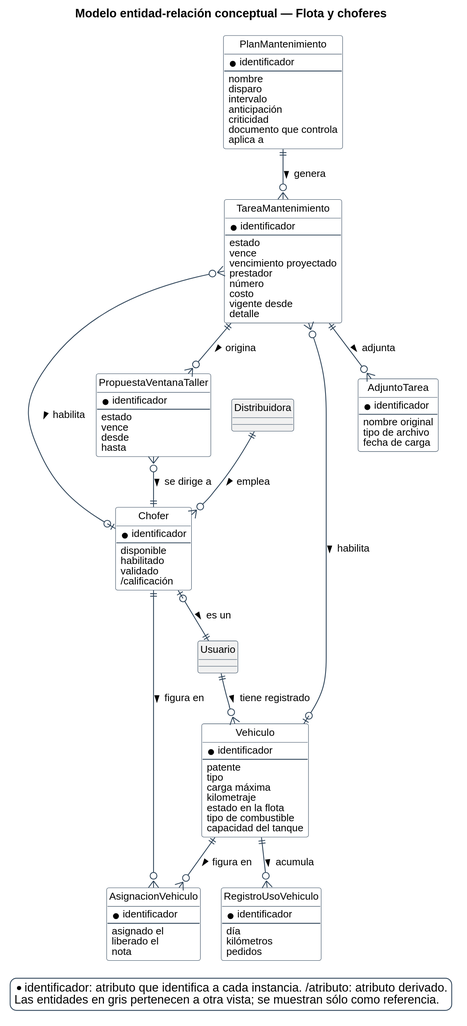
Nahuelito-Dev/splg-docs keeps this PlantUML diagram as diagramas/base-de-datos/conceptual/SPLG-der-04-flota-y-choferes.svg. Above is the earlier version.
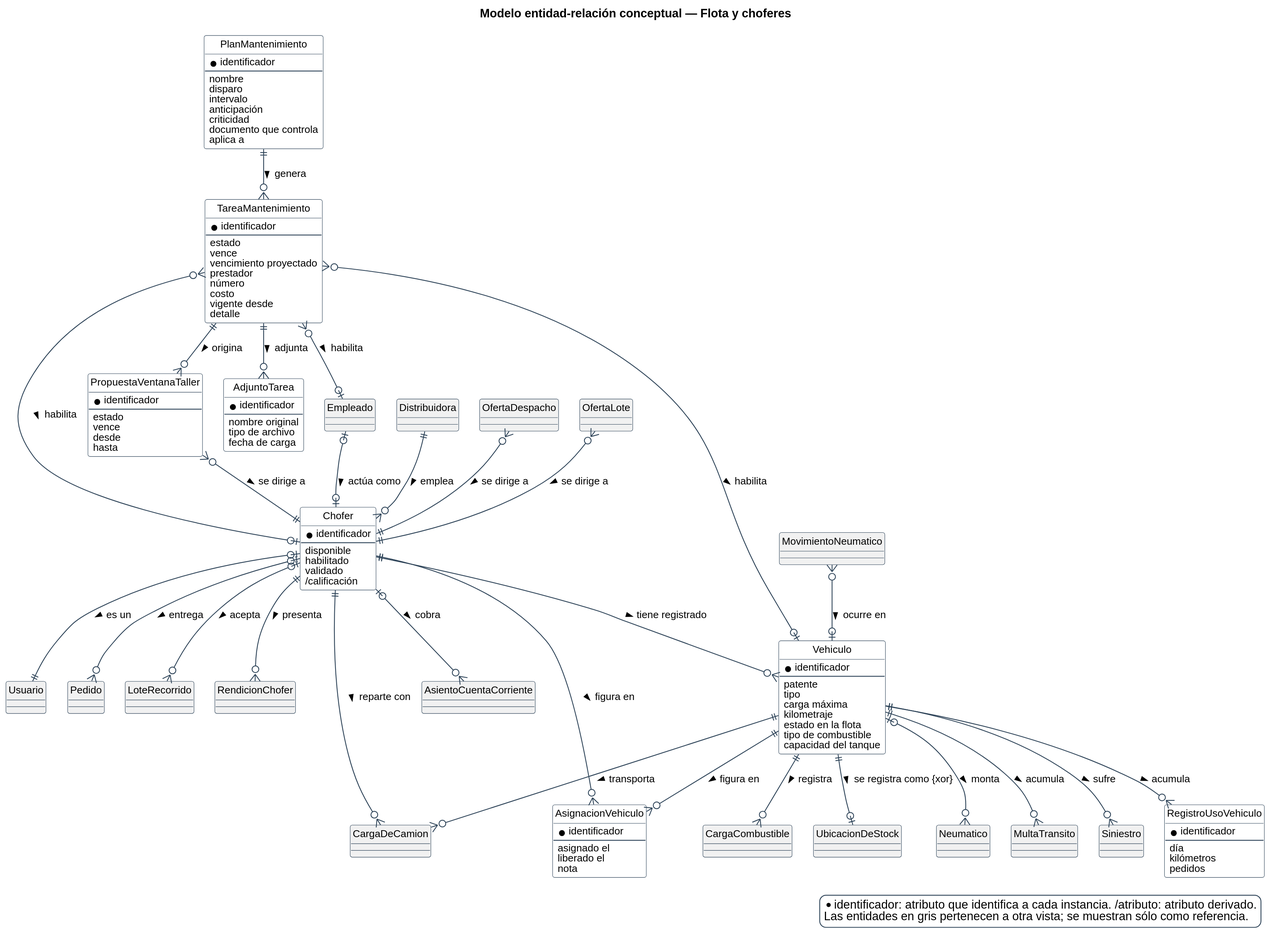
The same diagram one commit later.

What changed in the source:
```diff
@@ -107,19 +107,63 @@
 }
 entity Distribuidora #F1F1F1 {
 }
+entity CargaCombustible #F1F1F1 {
+}
+entity Empleado #F1F1F1 {
+}
+entity Pedido #F1F1F1 {
+}
+entity LoteRecorrido #F1F1F1 {
+}
+entity UbicacionDeStock #F1F1F1 {
+}
+entity Neumatico #F1F1F1 {
+}
+entity MultaTransito #F1F1F1 {
+}
+entity Siniestro #F1F1F1 {
+}
+entity RendicionChofer #F1F1F1 {
+}
+entity OfertaDespacho #F1F1F1 {
+}
+entity OfertaLote #F1F1F1 {
+}
+entity MovimientoNeumatico #F1F1F1 {
+}
+entity CargaDeCamion #F1F1F1 {
+}
+entity AsientoCuentaCorriente #F1F1F1 {
+}
 
-Usuario ||--o{ Vehiculo : tiene registrado >
+Chofer ||--o{ Vehiculo : tiene registrado >
 Distribuidora ||--o{ Chofer : emplea >
 Chofer |o--|| Usuario : es un >
+Vehiculo ||--o{ CargaCombustible : registra >
 TareaMantenimiento }o--o| Vehiculo : habilita >
 TareaMantenimiento }o--o| Chofer : habilita >
 PlanMantenimiento ||--o{ TareaMantenimiento : genera >
+TareaMantenimiento }o--o| Empleado : habilita >
+Chofer |o--o{ Pedido : entrega >
+Chofer |o--o{ LoteRecorrido : acepta >
+Vehiculo ||--o| UbicacionDeStock : se registra como {xor} >
+Vehiculo |o--o{ Neumatico : monta >
+Vehiculo ||--o{ MultaTransito : acumula >
+Vehiculo ||--o{ Siniestro : sufre >
 Vehiculo ||--o{ AsignacionVehiculo : figura en >
 Chofer ||--o{ AsignacionVehiculo : figura en >
 Vehiculo ||--o{ RegistroUsoVehiculo : acumula >
+Chofer ||--o{ RendicionChofer : presenta >
 TareaMantenimiento ||--o{ AdjuntoTarea : adjunta >
 PropuestaVentanaTaller }o--|| Chofer : se dirige a >
 TareaMantenimiento ||--o{ PropuestaVentanaTaller : origina >
+OfertaDespacho }o--|| Chofer : se dirige a >
+OfertaLote }o--|| Chofer : se dirige a >
+MovimientoNeumatico }o--o| Vehiculo : ocurre en >
+Vehiculo ||--o{ CargaDeCamion : transporta >
+Chofer ||--o{ CargaDeCamion : reparte con >
+Chofer |o--o{ AsientoCuentaCorriente : cobra >
+Empleado |o--o| Chofer : actúa como >
 
 legend bottom right
   * identificador: atributo que identifica a cada instancia.  /atributo: atributo derivado.
```
